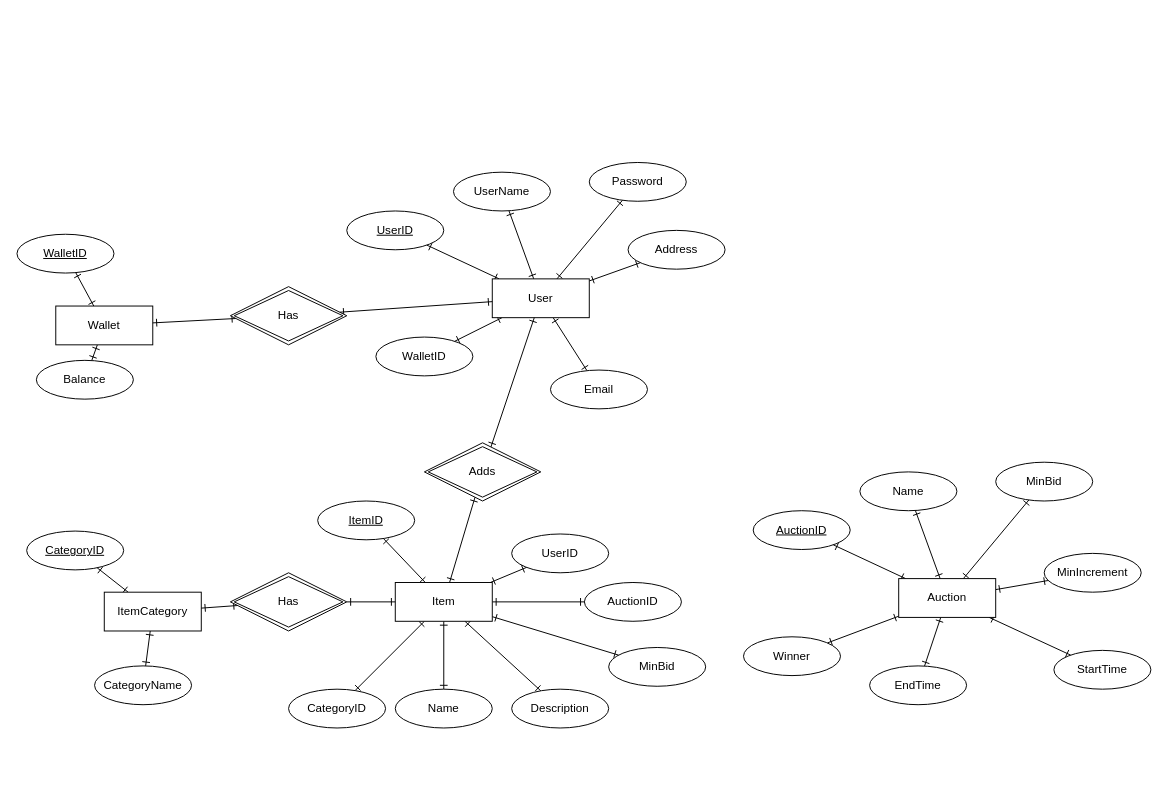
Earlier version of the draw.io diagram page "Page-2" (2 of 2) of Auction ERD.drawio (vardan5/AuctionWeb). Source tidied: cells renumbered, new cells numbered last; positions are measured from the earlier drawing's top-left corner, leaving out a move shared by most shapes. Both pictures are drawn from the tidied source at 97%, with x=0, y=0 at pixel (16, 162).
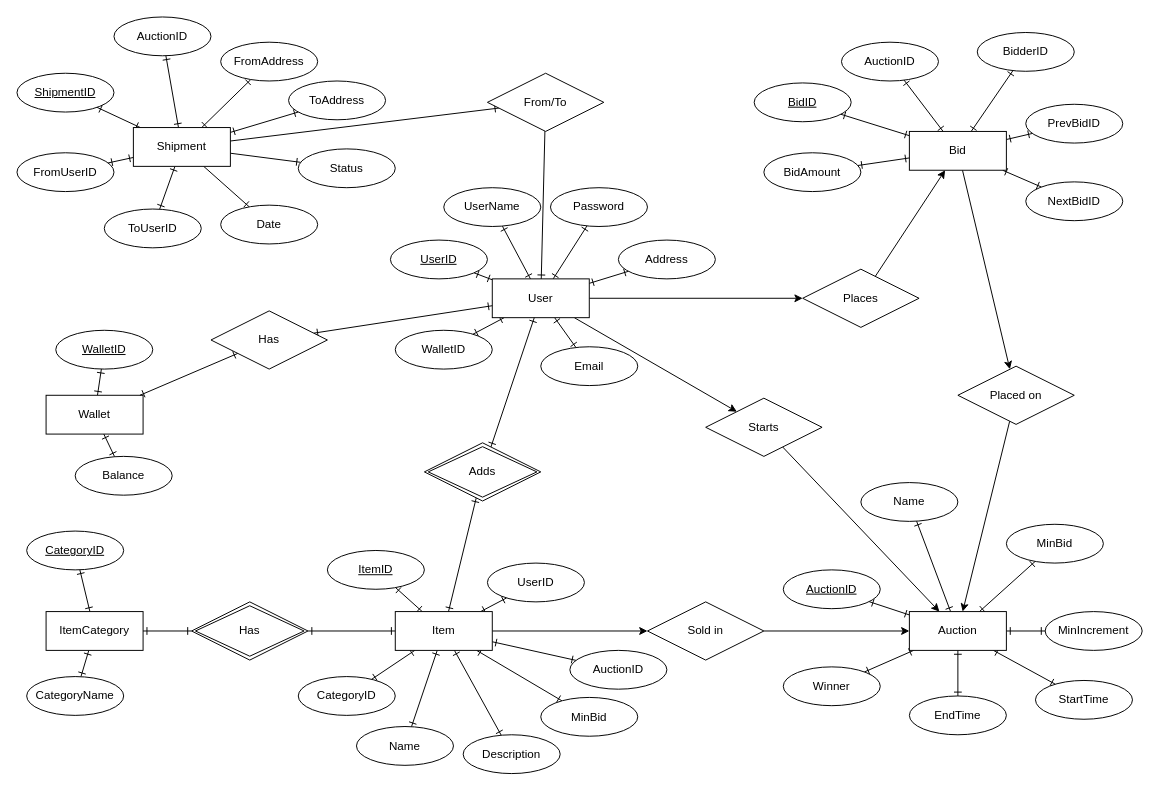
Above is the later version.

The change refers to these unchanged cells:
```xml
<mxCell id="13" value="User" style="whiteSpace=wrap;html=1;align=center;" parent="1" vertex="1">
  <mxGeometry x="490" y="120" width="100" height="40" as="geometry" />
</mxCell>
```

What changed in the source:
```diff
@@
     <mxCell id="4" value="Wallet" style="whiteSpace=wrap;html=1;align=center;" parent="1" vertex="1">
-      <mxGeometry x="40" y="148" width="100" height="40" as="geometry" />
+      <mxGeometry x="30" y="240" width="100" height="40" as="geometry" />
     </mxCell>
     <mxCell id="5" value="WalletID" style="ellipse;whiteSpace=wrap;html=1;align=center;fontStyle=4;" parent="1" vertex="1">
-      <mxGeometry y="74" width="100" height="40" as="geometry" />
+      <mxGeometry x="40" y="173" width="100" height="40" as="geometry" />
     </mxCell>
     <mxCell id="6" value="Balance" style="ellipse;whiteSpace=wrap;html=1;align=center;" parent="1" vertex="1">
-      <mxGeometry x="20" y="204" width="100" height="40" as="geometry" />
+      <mxGeometry x="60" y="303" width="100" height="40" as="geometry" />
     </mxCell>
@@
+    <mxCell id="64" style="rounded=0;jettySize=auto;html=1;" parent="1" edge="1" source="13" target="68">
+      <mxGeometry relative="1" as="geometry" />
+    </mxCell>
+    <mxCell id="65" style="edgeStyle=orthogonalEdgeStyle;rounded=0;jettySize=auto;html=1;" parent="1" edge="1" source="13" target="88">
+      <mxGeometry relative="1" as="geometry" />
+    </mxCell>
@@
     <mxCell id="14" value="UserID" style="ellipse;whiteSpace=wrap;html=1;align=center;fontStyle=4;" parent="1" vertex="1">
-      <mxGeometry x="340" y="50" width="100" height="40" as="geometry" />
+      <mxGeometry x="385" y="80" width="100" height="40" as="geometry" />
     </mxCell>
     <mxCell id="15" value="Email" style="ellipse;whiteSpace=wrap;html=1;align=center;" parent="1" vertex="1">
-      <mxGeometry x="550" y="214" width="100" height="40" as="geometry" />
+      <mxGeometry x="540" y="190" width="100" height="40" as="geometry" />
     </mxCell>
     <mxCell id="16" value="WalletID" style="ellipse;whiteSpace=wrap;html=1;align=center;" parent="1" vertex="1">
-      <mxGeometry x="370" y="180" width="100" height="40" as="geometry" />
+      <mxGeometry x="390" y="173" width="100" height="40" as="geometry" />
     </mxCell>
     <mxCell id="17" value="Address" style="ellipse;whiteSpace=wrap;html=1;align=center;" parent="1" vertex="1">
-      <mxGeometry x="630" y="70" width="100" height="40" as="geometry" />
+      <mxGeometry x="620" y="80" width="100" height="40" as="geometry" />
     </mxCell>
     <mxCell id="18" value="UserName" style="ellipse;whiteSpace=wrap;html=1;align=center;" parent="1" vertex="1">
-      <mxGeometry x="450" y="10" width="100" height="40" as="geometry" />
+      <mxGeometry x="440" y="26" width="100" height="40" as="geometry" />
     </mxCell>
     <mxCell id="19" value="Password" style="ellipse;whiteSpace=wrap;html=1;align=center;" parent="1" vertex="1">
-      <mxGeometry x="590" width="100" height="40" as="geometry" />
+      <mxGeometry x="550" y="26" width="100" height="40" as="geometry" />
     </mxCell>
@@
+    <mxCell id="66" style="edgeStyle=orthogonalEdgeStyle;rounded=0;jettySize=auto;html=1;" parent="1" edge="1" source="27" target="70">
+      <mxGeometry relative="1" as="geometry" />
+    </mxCell>
     <mxCell id="27" value="Item" style="whiteSpace=wrap;html=1;align=center;" parent="1" vertex="1">
-      <mxGeometry x="390" y="433" width="100" height="40" as="geometry" />
+      <mxGeometry x="390" y="463" width="100" height="40" as="geometry" />
     </mxCell>
     <mxCell id="28" value="ItemID" style="ellipse;whiteSpace=wrap;html=1;align=center;fontStyle=4;" parent="1" vertex="1">
-      <mxGeometry x="310" y="349" width="100" height="40" as="geometry" />
+      <mxGeometry x="320" y="400" width="100" height="40" as="geometry" />
     </mxCell>
     <mxCell id="29" value="CategoryID" style="ellipse;whiteSpace=wrap;html=1;align=center;" parent="1" vertex="1">
-      <mxGeometry x="280" y="543" width="100" height="40" as="geometry" />
+      <mxGeometry x="290" y="530" width="100" height="40" as="geometry" />
     </mxCell>
     <mxCell id="30" value="Name" style="ellipse;whiteSpace=wrap;html=1;align=center;" parent="1" vertex="1">
-      <mxGeometry x="390" y="543" width="100" height="40" as="geometry" />
+      <mxGeometry x="350" y="581.5" width="100" height="40" as="geometry" />
     </mxCell>
     <mxCell id="31" value="Description" style="ellipse;whiteSpace=wrap;html=1;align=center;" parent="1" vertex="1">
-      <mxGeometry x="510" y="543" width="100" height="40" as="geometry" />
+      <mxGeometry x="460" y="590" width="100" height="40" as="geometry" />
     </mxCell>
     <mxCell id="32" value="UserID" style="ellipse;whiteSpace=wrap;html=1;align=center;" parent="1" vertex="1">
-      <mxGeometry x="510" y="383" width="100" height="40" as="geometry" />
+      <mxGeometry x="485" y="413" width="100" height="40" as="geometry" />
     </mxCell>
     <mxCell id="33" value="AuctionID" style="ellipse;whiteSpace=wrap;html=1;align=center;" parent="1" vertex="1">
-      <mxGeometry x="585" y="433" width="100" height="40" as="geometry" />
+      <mxGeometry x="570" y="503" width="100" height="40" as="geometry" />
     </mxCell>
     <mxCell id="34" value="MinBid" style="ellipse;whiteSpace=wrap;html=1;align=center;" parent="1" vertex="1">
-      <mxGeometry x="610" y="500" width="100" height="40" as="geometry" />
+      <mxGeometry x="540" y="551.5" width="100" height="40" as="geometry" />
     </mxCell>
@@
     <mxCell id="37" value="ItemCategory" style="whiteSpace=wrap;html=1;align=center;" parent="1" vertex="1">
-      <mxGeometry x="90" y="443" width="100" height="40" as="geometry" />
+      <mxGeometry x="30" y="463" width="100" height="40" as="geometry" />
     </mxCell>
@@
     <mxCell id="39" value="CategoryName" style="ellipse;whiteSpace=wrap;html=1;align=center;" parent="1" vertex="1">
-      <mxGeometry x="80" y="519" width="100" height="40" as="geometry" />
+      <mxGeometry x="10" y="530" width="100" height="40" as="geometry" />
     </mxCell>
@@
     <mxCell id="47" value="Auction" style="whiteSpace=wrap;html=1;align=center;" parent="1" vertex="1">
-      <mxGeometry x="909" y="429" width="100" height="40" as="geometry" />
+      <mxGeometry x="920" y="463" width="100" height="40" as="geometry" />
     </mxCell>
     <mxCell id="48" value="AuctionID" style="ellipse;whiteSpace=wrap;html=1;align=center;fontStyle=4;" parent="1" vertex="1">
-      <mxGeometry x="759" y="359" width="100" height="40" as="geometry" />
+      <mxGeometry x="790" y="420" width="100" height="40" as="geometry" />
     </mxCell>
     <mxCell id="49" value="Winner" style="ellipse;whiteSpace=wrap;html=1;align=center;" parent="1" vertex="1">
-      <mxGeometry x="749" y="489" width="100" height="40" as="geometry" />
+      <mxGeometry x="790" y="520" width="100" height="40" as="geometry" />
     </mxCell>
     <mxCell id="50" value="EndTime" style="ellipse;whiteSpace=wrap;html=1;align=center;" parent="1" vertex="1">
-      <mxGeometry x="879" y="519" width="100" height="40" as="geometry" />
+      <mxGeometry x="920" y="550" width="100" height="40" as="geometry" />
     </mxCell>
     <mxCell id="51" value="StartTime" style="ellipse;whiteSpace=wrap;html=1;align=center;" parent="1" vertex="1">
-      <mxGeometry x="1069" y="503" width="100" height="40" as="geometry" />
+      <mxGeometry x="1050" y="534" width="100" height="40" as="geometry" />
     </mxCell>
     <mxCell id="52" value="Name" style="ellipse;whiteSpace=wrap;html=1;align=center;" parent="1" vertex="1">
-      <mxGeometry x="869" y="319" width="100" height="40" as="geometry" />
+      <mxGeometry x="870" y="330" width="100" height="40" as="geometry" />
     </mxCell>
     <mxCell id="53" value="MinBid" style="ellipse;whiteSpace=wrap;html=1;align=center;" parent="1" vertex="1">
-      <mxGeometry x="1009" y="309" width="100" height="40" as="geometry" />
+      <mxGeometry x="1020" y="373" width="100" height="40" as="geometry" />
     </mxCell>
     <mxCell id="54" value="MinIncrement" style="ellipse;whiteSpace=wrap;html=1;align=center;" parent="1" vertex="1">
-      <mxGeometry x="1059" y="403" width="100" height="40" as="geometry" />
+      <mxGeometry x="1060" y="463" width="100" height="40" as="geometry" />
     </mxCell>
@@
-    <mxCell id="57" value="Has" style="shape=rhombus;double=1;perimeter=rhombusPerimeter;whiteSpace=wrap;html=1;align=center;" parent="1" vertex="1">
-      <mxGeometry x="220" y="128" width="120" height="60" as="geometry" />
-    </mxCell>
@@
     <mxCell id="60" value="Has" style="shape=rhombus;double=1;perimeter=rhombusPerimeter;whiteSpace=wrap;html=1;align=center;" parent="1" vertex="1">
-      <mxGeometry x="220" y="423" width="120" height="60" as="geometry" />
+      <mxGeometry x="180" y="453" width="120" height="60" as="geometry" />
     </mxCell>
@@
+    <mxCell id="67" style="rounded=0;jettySize=auto;html=1;" parent="1" edge="1" source="68" target="47">
+      <mxGeometry relative="1" as="geometry" />
+    </mxCell>
+    <mxCell id="68" value="Starts" style="shape=rhombus;perimeter=rhombusPerimeter;whiteSpace=wrap;html=1;align=center;" parent="1" vertex="1">
+      <mxGeometry x="710" y="243" width="120" height="60" as="geometry" />
+    </mxCell>
+    <mxCell id="69" style="edgeStyle=orthogonalEdgeStyle;rounded=0;jettySize=auto;html=1;" parent="1" edge="1" source="70" target="47">
+      <mxGeometry relative="1" as="geometry" />
+    </mxCell>
+    <mxCell id="70" value="Sold in" style="shape=rhombus;perimeter=rhombusPerimeter;whiteSpace=wrap;html=1;align=center;" parent="1" vertex="1">
+      <mxGeometry x="650" y="453" width="120" height="60" as="geometry" />
+    </mxCell>
+    <mxCell id="71" style="rounded=0;jettySize=auto;html=1;startArrow=ERone;startFill=0;endArrow=ERone;endFill=0;" parent="1" edge="1" source="78" target="79">
+      <mxGeometry relative="1" as="geometry" />
+    </mxCell>
+    <mxCell id="72" style="rounded=0;jettySize=auto;html=1;startArrow=ERone;startFill=0;endArrow=ERone;endFill=0;" parent="1" edge="1" source="78" target="83">
+      <mxGeometry relative="1" as="geometry" />
+    </mxCell>
+    <mxCell id="73" style="rounded=0;jettySize=auto;html=1;startArrow=ERone;startFill=0;endArrow=ERone;endFill=0;" parent="1" edge="1" source="78" target="84">
+      <mxGeometry relative="1" as="geometry" />
+    </mxCell>
+    <mxCell id="74" style="rounded=0;jettySize=auto;html=1;startArrow=ERone;startFill=0;endArrow=ERone;endFill=0;" parent="1" edge="1" source="78" target="82">
+      <mxGeometry relative="1" as="geometry" />
+    </mxCell>
+    <mxCell id="75" style="rounded=0;jettySize=auto;html=1;startArrow=ERone;startFill=0;endArrow=ERone;endFill=0;" parent="1" edge="1" source="78" target="81">
+      <mxGeometry relative="1" as="geometry" />
+    </mxCell>
+    <mxCell id="76" style="rounded=0;jettySize=auto;html=1;startArrow=ERone;startFill=0;endArrow=ERone;endFill=0;" parent="1" edge="1" source="78" target="80">
+      <mxGeometry relative="1" as="geometry" />
+    </mxCell>
+    <mxCell id="77" style="rounded=0;jettySize=auto;html=1;" parent="1" edge="1" source="78" target="86">
+      <mxGeometry relative="1" as="geometry" />
+    </mxCell>
+    <mxCell id="78" value="Bid" style="whiteSpace=wrap;html=1;align=center;" parent="1" vertex="1">
+      <mxGeometry x="920" y="-32" width="100" height="40" as="geometry" />
+    </mxCell>
+    <mxCell id="79" value="BidID" style="ellipse;whiteSpace=wrap;html=1;align=center;fontStyle=4;" parent="1" vertex="1">
+      <mxGeometry x="760" y="-82" width="100" height="40" as="geometry" />
+    </mxCell>
+    <mxCell id="80" value="NextBidID" style="ellipse;whiteSpace=wrap;html=1;align=center;" parent="1" vertex="1">
+      <mxGeometry x="1040" y="20" width="100" height="40" as="geometry" />
+    </mxCell>
+    <mxCell id="81" value="BidAmount" style="ellipse;whiteSpace=wrap;html=1;align=center;" parent="1" vertex="1">
+      <mxGeometry x="770" y="-10" width="100" height="40" as="geometry" />
+    </mxCell>
+    <mxCell id="82" value="PrevBidID" style="ellipse;whiteSpace=wrap;html=1;align=center;" parent="1" vertex="1">
+      <mxGeometry x="1040" y="-60" width="100" height="40" as="geometry" />
+    </mxCell>
+    <mxCell id="83" value="AuctionID" style="ellipse;whiteSpace=wrap;html=1;align=center;" parent="1" vertex="1">
+      <mxGeometry x="850" y="-124" width="100" height="40" as="geometry" />
+    </mxCell>
+    <mxCell id="84" value="BidderID" style="ellipse;whiteSpace=wrap;html=1;align=center;" parent="1" vertex="1">
+      <mxGeometry x="990" y="-134" width="100" height="40" as="geometry" />
+    </mxCell>
+    <mxCell id="85" style="rounded=0;jettySize=auto;html=1;" parent="1" edge="1" source="86" target="47">
+      <mxGeometry relative="1" as="geometry" />
+    </mxCell>
+    <mxCell id="86" value="Placed on" style="shape=rhombus;perimeter=rhombusPerimeter;whiteSpace=wrap;html=1;align=center;" parent="1" vertex="1">
+      <mxGeometry x="970" y="210" width="120" height="60" as="geometry" />
+    </mxCell>
+    <mxCell id="87" style="rounded=0;jettySize=auto;html=1;" parent="1" edge="1" source="88" target="78">
+      <mxGeometry relative="1" as="geometry" />
+    </mxCell>
+    <mxCell id="88" value="Places" style="shape=rhombus;perimeter=rhombusPerimeter;whiteSpace=wrap;html=1;align=center;" parent="1" vertex="1">
+      <mxGeometry x="810" y="110" width="120" height="60" as="geometry" />
+    </mxCell>
+    <mxCell id="89" style="rounded=0;jettySize=auto;html=1;startArrow=ERone;startFill=0;endArrow=ERone;endFill=0;" parent="1" edge="1" source="98" target="99">
+      <mxGeometry relative="1" as="geometry" />
+    </mxCell>
+    <mxCell id="90" style="rounded=0;jettySize=auto;html=1;startArrow=ERone;startFill=0;endArrow=ERone;endFill=0;" parent="1" edge="1" source="98" target="103">
+      <mxGeometry relative="1" as="geometry" />
+    </mxCell>
+    <mxCell id="91" style="rounded=0;jettySize=auto;html=1;startArrow=ERone;startFill=0;endArrow=ERone;endFill=0;" parent="1" edge="1" source="98" target="104">
+      <mxGeometry relative="1" as="geometry" />
+    </mxCell>
+    <mxCell id="92" style="rounded=0;jettySize=auto;html=1;startArrow=ERone;startFill=0;endArrow=ERone;endFill=0;" parent="1" edge="1" source="98" target="102">
+      <mxGeometry relative="1" as="geometry" />
+    </mxCell>
+    <mxCell id="93" style="rounded=0;jettySize=auto;html=1;startArrow=ERone;startFill=0;endArrow=ERone;endFill=0;" parent="1" edge="1" source="98" target="101">
+      <mxGeometry relative="1" as="geometry" />
+    </mxCell>
+    <mxCell id="94" style="rounded=0;jettySize=auto;html=1;startArrow=ERone;startFill=0;endArrow=ERone;endFill=0;" parent="1" edge="1" source="98" target="100">
+      <mxGeometry relative="1" as="geometry" />
+    </mxCell>
+    <mxCell id="95" style="rounded=0;jettySize=auto;html=1;endArrow=ERone;endFill=0;" parent="1" edge="1" source="98" target="106">
+      <mxGeometry relative="1" as="geometry" />
+    </mxCell>
+    <mxCell id="96" style="rounded=0;jettySize=auto;html=1;endArrow=ERone;endFill=0;" parent="1" edge="1" source="98" target="105">
+      <mxGeometry relative="1" as="geometry" />
+    </mxCell>
+    <mxCell id="97" style="edgeStyle=none;rounded=0;jettySize=auto;html=1;endArrow=ERone;endFill=0;" parent="1" edge="1" source="98" target="108">
+      <mxGeometry relative="1" as="geometry" />
+    </mxCell>
+    <mxCell id="98" value="Shipment" style="whiteSpace=wrap;html=1;align=center;" parent="1" vertex="1">
+      <mxGeometry x="120" y="-36" width="100" height="40" as="geometry" />
+    </mxCell>
+    <mxCell id="99" value="ShipmentID" style="ellipse;whiteSpace=wrap;html=1;align=center;fontStyle=4;" parent="1" vertex="1">
+      <mxGeometry y="-92" width="100" height="40" as="geometry" />
+    </mxCell>
+    <mxCell id="100" value="ToUserID" style="ellipse;whiteSpace=wrap;html=1;align=center;" parent="1" vertex="1">
+      <mxGeometry x="90" y="48" width="100" height="40" as="geometry" />
+    </mxCell>
+    <mxCell id="101" value="FromUserID" style="ellipse;whiteSpace=wrap;html=1;align=center;" parent="1" vertex="1">
+      <mxGeometry y="-10" width="100" height="40" as="geometry" />
+    </mxCell>
+    <mxCell id="102" value="ToAddress" style="ellipse;whiteSpace=wrap;html=1;align=center;" parent="1" vertex="1">
+      <mxGeometry x="280" y="-84" width="100" height="40" as="geometry" />
+    </mxCell>
+    <mxCell id="103" value="AuctionID" style="ellipse;whiteSpace=wrap;html=1;align=center;" parent="1" vertex="1">
+      <mxGeometry x="100" y="-150" width="100" height="40" as="geometry" />
+    </mxCell>
+    <mxCell id="104" value="FromAddress" style="ellipse;whiteSpace=wrap;html=1;align=center;" parent="1" vertex="1">
+      <mxGeometry x="210" y="-124" width="100" height="40" as="geometry" />
+    </mxCell>
+    <mxCell id="105" value="Date" style="ellipse;whiteSpace=wrap;html=1;align=center;" parent="1" vertex="1">
+      <mxGeometry x="210" y="44" width="100" height="40" as="geometry" />
+    </mxCell>
+    <mxCell id="106" value="Status" style="ellipse;whiteSpace=wrap;html=1;align=center;" parent="1" vertex="1">
+      <mxGeometry x="290" y="-14" width="100" height="40" as="geometry" />
+    </mxCell>
+    <mxCell id="107" style="edgeStyle=none;rounded=0;jettySize=auto;html=1;endArrow=ERone;endFill=0;" parent="1" edge="1" source="108" target="13">
+      <mxGeometry relative="1" as="geometry" />
+    </mxCell>
+    <mxCell id="108" value="From/To" style="shape=rhombus;perimeter=rhombusPerimeter;whiteSpace=wrap;html=1;align=center;" parent="1" vertex="1">
+      <mxGeometry x="485" y="-92" width="120" height="60" as="geometry" />
+    </mxCell>
+    <mxCell id="57" value="Has" style="shape=rhombus;perimeter=rhombusPerimeter;whiteSpace=wrap;html=1;align=center;" parent="1" vertex="1">
+      <mxGeometry x="200" y="153" width="120" height="60" as="geometry" />
+    </mxCell>
```
